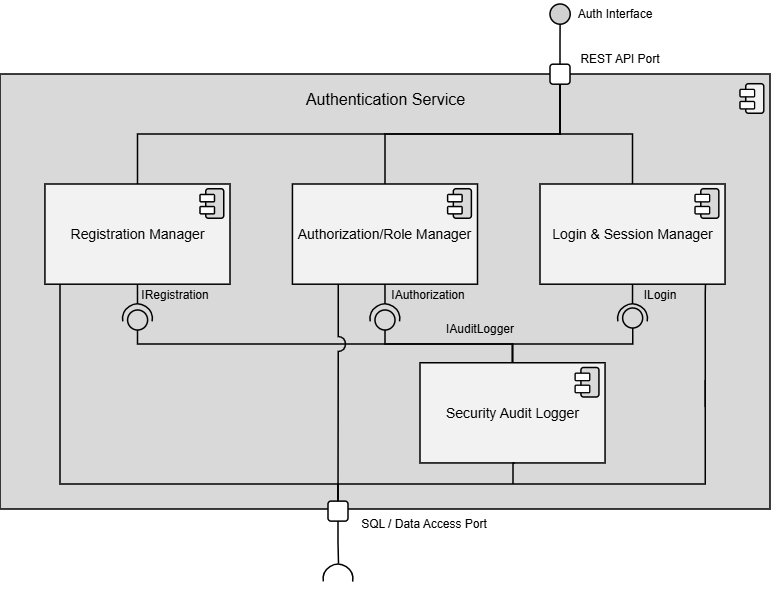
The draw.io diagram 04_QA_Review/Approved/Milestone_1_Component_Diagram/T4_Final_Subdiagram_AuthenticationService_Component.drawio.png in JmmonJeremy/CareerBound-SDD, before a commit. Source tidied: cells renumbered, new cells last; positions are measured from the earlier drawing's top-left corner, leaving out a move shared by most shapes. Its diagram source:
```xml
<mxGraphModel background="#FFFFFF">
  <root>
    <mxCell id="0" />
    <mxCell id="1" parent="0" />
    <mxCell id="2" style="html=1;whiteSpace=wrap;fillColor=#D9D9D9;strokeColor=#000000;strokeWidth=1.5;fontFamily=Arial;fontSize=14;" parent="1" vertex="1">
      <mxGeometry y="75" width="770" height="435" as="geometry" />
    </mxCell>
    <mxCell id="3" style="edgeStyle=orthogonalEdgeStyle;rounded=0;jettySize=auto;html=1;exitX=0.5;exitY=1;exitDx=0;exitDy=0;endArrow=none;endFill=0;strokeWidth=1.5;entryX=0.499;entryY=1.001;entryDx=0;entryDy=0;entryPerimeter=0;" parent="1" edge="1" source="4" target="43">
      <mxGeometry relative="1" as="geometry" />
    </mxCell>
    <mxCell id="4" value="Registration Manager" style="html=1;whiteSpace=wrap;fontFamily=Arial;strokeWidth=1.5;fillColor=#F2F2F2;fontSize=14;" parent="1" vertex="1">
      <mxGeometry x="44.9" y="185" width="185.1" height="100.2" as="geometry" />
    </mxCell>
    <mxCell id="5" style="ellipse;whiteSpace=wrap;html=1;align=center;fillColor=none;strokeColor=none;perimeter=centerPerimeter;strokeWidth=1.5;fontFamily=Arial;" parent="1" vertex="1">
      <mxGeometry x="314.9" y="75.2" width="10" height="10" as="geometry" />
    </mxCell>
    <mxCell id="6" style="ellipse;whiteSpace=wrap;html=1;align=center;fillColor=none;strokeColor=none;perimeter=centerPerimeter;strokeWidth=1.5;fontFamily=Arial;" parent="1" vertex="1">
      <mxGeometry x="314.9" y="75.2" width="10" height="10" as="geometry" />
    </mxCell>
    <mxCell id="7" style="ellipse;whiteSpace=wrap;html=1;align=center;fillColor=none;strokeColor=none;perimeter=centerPerimeter;strokeWidth=1.5;fontFamily=Arial;" parent="1" vertex="1">
      <mxGeometry x="314.9" y="225.2" width="10" height="10" as="geometry" />
    </mxCell>
    <mxCell id="8" style="ellipse;whiteSpace=wrap;html=1;align=center;fillColor=none;strokeColor=none;perimeter=centerPerimeter;strokeWidth=1.5;fontFamily=Arial;" parent="1" vertex="1">
      <mxGeometry x="374.9" y="345.2" width="10" height="10" as="geometry" />
    </mxCell>
    <mxCell id="9" style="ellipse;whiteSpace=wrap;html=1;align=center;fillColor=none;strokeColor=none;perimeter=centerPerimeter;strokeWidth=1.5;fontFamily=Arial;" parent="1" vertex="1">
      <mxGeometry x="444.9" y="355.2" width="10" height="10" as="geometry" />
    </mxCell>
    <mxCell id="10" style="ellipse;whiteSpace=wrap;html=1;align=center;fillColor=none;strokeColor=none;perimeter=centerPerimeter;strokeWidth=1.5;fontFamily=Arial;" parent="1" vertex="1">
      <mxGeometry x="644.9" y="375.2" width="10" height="10" as="geometry" />
    </mxCell>
    <mxCell id="11" style="group;rounded=1;fontFamily=Arial;" parent="1" vertex="1">
      <mxGeometry x="200" y="190" width="25.1" height="29.8" as="geometry" />
    </mxCell>
    <mxCell id="12" style="rounded=1;whiteSpace=wrap;html=1;rotation=-90;strokeWidth=1.5;fillStyle=solid;fillColor=light-dark(#D9D9D9,#FFFFFF);fontFamily=Arial;" parent="11" vertex="1">
      <mxGeometry y="5.5" width="29.5" height="18" as="geometry" />
    </mxCell>
    <mxCell id="13" style="rounded=1;whiteSpace=wrap;html=1;strokeWidth=1.5;fillStyle=solid;fillColor=#FFFFFF;fontFamily=Arial;" parent="11" vertex="1">
      <mxGeometry y="5.5" width="14.5" height="7.3" as="geometry" />
    </mxCell>
    <mxCell id="14" style="rounded=1;whiteSpace=wrap;html=1;strokeWidth=1.5;fillStyle=solid;fillColor=#FFFFFF;fontFamily=Arial;" parent="11" vertex="1">
      <mxGeometry y="17.6" width="14.5" height="7.3" as="geometry" />
    </mxCell>
    <mxCell id="15" style="edgeStyle=orthogonalEdgeStyle;rounded=0;jettySize=auto;html=1;exitX=0.5;exitY=1;exitDx=0;exitDy=0;endArrow=none;endFill=0;strokeWidth=1.5;" parent="1" edge="1" source="16">
      <mxGeometry relative="1" as="geometry">
        <mxPoint x="385" y="305" as="targetPoint" />
      </mxGeometry>
    </mxCell>
    <mxCell id="16" value="Authorization/Role Manager" style="html=1;whiteSpace=wrap;fontFamily=Arial;strokeWidth=1.5;fillColor=#F2F2F2;fontSize=14;" parent="1" vertex="1">
      <mxGeometry x="292.4" y="185" width="185.1" height="100.2" as="geometry" />
    </mxCell>
    <mxCell id="17" style="group;rounded=1;fontFamily=Arial;" parent="1" vertex="1">
      <mxGeometry x="447.6" y="190" width="25.1" height="29.8" as="geometry" />
    </mxCell>
    <mxCell id="18" style="rounded=1;whiteSpace=wrap;html=1;rotation=-90;strokeWidth=1.5;fillStyle=solid;fillColor=light-dark(#D9D9D9,#FFFFFF);fontFamily=Arial;" parent="17" vertex="1">
      <mxGeometry y="5.5" width="29.5" height="18" as="geometry" />
    </mxCell>
    <mxCell id="19" style="rounded=1;whiteSpace=wrap;html=1;strokeWidth=1.5;fillStyle=solid;fillColor=#FFFFFF;fontFamily=Arial;" parent="17" vertex="1">
      <mxGeometry y="5.5" width="14.5" height="7.3" as="geometry" />
    </mxCell>
    <mxCell id="20" style="rounded=1;whiteSpace=wrap;html=1;strokeWidth=1.5;fillStyle=solid;fillColor=#FFFFFF;fontFamily=Arial;" parent="17" vertex="1">
      <mxGeometry y="17.6" width="14.5" height="7.3" as="geometry" />
    </mxCell>
    <mxCell id="21" value="Login &amp;amp; Session Manager" style="html=1;whiteSpace=wrap;fontFamily=Arial;strokeWidth=1.5;fillColor=#F2F2F2;fontSize=14;" parent="1" vertex="1">
      <mxGeometry x="540" y="185" width="185.1" height="100.2" as="geometry" />
    </mxCell>
    <mxCell id="22" style="group;rounded=1;fontFamily=Arial;" parent="1" vertex="1">
      <mxGeometry x="695.1" y="190" width="25.1" height="29.8" as="geometry" />
    </mxCell>
    <mxCell id="23" style="rounded=1;whiteSpace=wrap;html=1;rotation=-90;strokeWidth=1.5;fillStyle=solid;fillColor=light-dark(#D9D9D9,#FFFFFF);fontFamily=Arial;" parent="22" vertex="1">
      <mxGeometry y="5.5" width="29.5" height="18" as="geometry" />
    </mxCell>
    <mxCell id="24" style="rounded=1;whiteSpace=wrap;html=1;strokeWidth=1.5;fillStyle=solid;fillColor=#FFFFFF;fontFamily=Arial;" parent="22" vertex="1">
      <mxGeometry y="5.5" width="14.5" height="7.3" as="geometry" />
    </mxCell>
    <mxCell id="25" style="rounded=1;whiteSpace=wrap;html=1;strokeWidth=1.5;fillStyle=solid;fillColor=#FFFFFF;fontFamily=Arial;" parent="22" vertex="1">
      <mxGeometry y="17.6" width="14.5" height="7.3" as="geometry" />
    </mxCell>
    <mxCell id="26" value="Security Audit Logger" style="html=1;whiteSpace=wrap;fontFamily=Arial;strokeWidth=1.5;fillColor=#F2F2F2;fontSize=14;" parent="1" vertex="1">
      <mxGeometry x="420" y="363.8" width="185.1" height="100.2" as="geometry" />
    </mxCell>
    <mxCell id="27" style="group;rounded=1;fontFamily=Arial;" parent="1" vertex="1">
      <mxGeometry x="575.2" y="368.8" width="25.1" height="29.8" as="geometry" />
    </mxCell>
    <mxCell id="28" style="rounded=1;whiteSpace=wrap;html=1;rotation=-90;strokeWidth=1.5;fillStyle=solid;fillColor=light-dark(#D9D9D9,#FFFFFF);fontFamily=Arial;" parent="27" vertex="1">
      <mxGeometry y="5.5" width="29.5" height="18" as="geometry" />
    </mxCell>
    <mxCell id="29" style="rounded=1;whiteSpace=wrap;html=1;strokeWidth=1.5;fillStyle=solid;fillColor=#FFFFFF;fontFamily=Arial;" parent="27" vertex="1">
      <mxGeometry y="5.5" width="14.5" height="7.3" as="geometry" />
    </mxCell>
    <mxCell id="30" style="rounded=1;whiteSpace=wrap;html=1;strokeWidth=1.5;fillStyle=solid;fillColor=#FFFFFF;fontFamily=Arial;" parent="27" vertex="1">
      <mxGeometry y="17.6" width="14.5" height="7.3" as="geometry" />
    </mxCell>
    <mxCell id="31" style="edgeStyle=orthogonalEdgeStyle;rounded=0;jettySize=auto;html=1;exitX=0.5;exitY=0;exitDx=0;exitDy=0;entryX=0.5;entryY=1;entryDx=0;entryDy=0;endArrow=none;endFill=0;strokeWidth=1.5;" parent="1" edge="1" source="32" target="33">
      <mxGeometry relative="1" as="geometry" />
    </mxCell>
    <mxCell id="32" style="whiteSpace=wrap;html=1;strokeWidth=1.5;fillColor=#FFFFFF;rounded=1;fontFamily=Arial;" parent="1" vertex="1">
      <mxGeometry x="550" y="65.2" width="20" height="20" as="geometry" />
    </mxCell>
    <mxCell id="33" style="ellipse;whiteSpace=wrap;html=1;strokeWidth=1.5;fillColor=#D1D1D1;fontFamily=Arial;" parent="1" vertex="1">
      <mxGeometry x="550" y="5" width="20.2" height="20.2" as="geometry" />
    </mxCell>
    <mxCell id="34" style="edgeStyle=orthogonalEdgeStyle;rounded=0;jettySize=auto;html=1;exitX=0.5;exitY=0;exitDx=0;exitDy=0;entryX=0.5;entryY=1;entryDx=0;entryDy=0;endArrow=none;endFill=0;strokeWidth=1.5;" parent="1" edge="1" source="4" target="32">
      <mxGeometry relative="1" as="geometry">
        <Array as="points">
          <mxPoint x="138" y="135" />
          <mxPoint x="560" y="135" />
        </Array>
      </mxGeometry>
    </mxCell>
    <mxCell id="35" style="edgeStyle=orthogonalEdgeStyle;rounded=0;jettySize=auto;html=1;exitX=0.5;exitY=0;exitDx=0;exitDy=0;entryX=0.5;entryY=1;entryDx=0;entryDy=0;endArrow=none;endFill=0;strokeWidth=1.5;" parent="1" edge="1" source="16" target="32">
      <mxGeometry relative="1" as="geometry">
        <Array as="points">
          <mxPoint x="385" y="135" />
          <mxPoint x="560" y="135" />
        </Array>
      </mxGeometry>
    </mxCell>
    <mxCell id="36" style="edgeStyle=orthogonalEdgeStyle;rounded=0;jettySize=auto;html=1;exitX=0.5;exitY=0;exitDx=0;exitDy=0;entryX=0.5;entryY=1;entryDx=0;entryDy=0;endArrow=none;endFill=0;strokeWidth=1.5;" parent="1" edge="1" source="21" target="32">
      <mxGeometry relative="1" as="geometry">
        <Array as="points">
          <mxPoint x="632" y="135" />
          <mxPoint x="560" y="135" />
        </Array>
      </mxGeometry>
    </mxCell>
    <mxCell id="37" style="group;rounded=1;fontFamily=Arial;" parent="1" vertex="1">
      <mxGeometry x="740" y="85" width="25.1" height="29.8" as="geometry" />
    </mxCell>
    <mxCell id="38" style="rounded=1;whiteSpace=wrap;html=1;rotation=-90;strokeWidth=1.5;fillStyle=solid;fillColor=light-dark(#F2F2F2,#FFFFFF);fontFamily=Arial;" parent="37" vertex="1">
      <mxGeometry y="5.5" width="29.5" height="18" as="geometry" />
    </mxCell>
    <mxCell id="39" style="rounded=1;whiteSpace=wrap;html=1;strokeWidth=1.5;fillStyle=solid;fillColor=#FFFFFF;fontFamily=Arial;" parent="37" vertex="1">
      <mxGeometry y="5.5" width="14.5" height="7.3" as="geometry" />
    </mxCell>
    <mxCell id="40" style="rounded=1;whiteSpace=wrap;html=1;strokeWidth=1.5;fillStyle=solid;fillColor=#FFFFFF;fontFamily=Arial;" parent="37" vertex="1">
      <mxGeometry y="17.6" width="14.5" height="7.3" as="geometry" />
    </mxCell>
    <mxCell id="41" style="group;fontFamily=Arial;rotation=-180;" parent="1" vertex="1">
      <mxGeometry x="122.6" y="305" width="29.8" height="29.8" as="geometry" />
    </mxCell>
    <mxCell id="42" style="ellipse;whiteSpace=wrap;html=1;strokeWidth=1.5;fillStyle=solid;fillColor=#D9D9D9;rounded=1;fontFamily=Arial;rotation=-180;" parent="41" vertex="1">
      <mxGeometry x="5" y="6" width="20" height="20" as="geometry" />
    </mxCell>
    <mxCell id="43" style="verticalLabelPosition=bottom;verticalAlign=top;html=1;shape=mxgraph.basic.arc;startAngle=0.22449849456214957;endAngle=0.7768001258780505;rounded=1;strokeWidth=1.5;snapToPoint=1;fontFamily=Arial;rotation=-180;" parent="41" vertex="1">
      <mxGeometry width="29.8" height="29.8" as="geometry" />
    </mxCell>
    <mxCell id="44" style="edgeStyle=orthogonalEdgeStyle;rounded=0;jettySize=auto;html=1;entryX=0.5;entryY=0;entryDx=0;entryDy=0;endArrow=none;endFill=0;strokeWidth=1.5;exitX=0.5;exitY=0;exitDx=0;exitDy=0;" parent="1" edge="1" source="42" target="26">
      <mxGeometry relative="1" as="geometry">
        <Array as="points">
          <mxPoint x="138" y="345" />
          <mxPoint x="513" y="345" />
        </Array>
      </mxGeometry>
    </mxCell>
    <mxCell id="45" style="group;fontFamily=Arial;rotation=-180;" parent="1" vertex="1">
      <mxGeometry x="370" y="305" width="29.8" height="29.8" as="geometry" />
    </mxCell>
    <mxCell id="46" style="ellipse;whiteSpace=wrap;html=1;strokeWidth=1.5;fillStyle=solid;fillColor=#D9D9D9;rounded=1;fontFamily=Arial;rotation=-180;" parent="45" vertex="1">
      <mxGeometry x="5" y="6" width="20" height="20" as="geometry" />
    </mxCell>
    <mxCell id="47" style="verticalLabelPosition=bottom;verticalAlign=top;html=1;shape=mxgraph.basic.arc;startAngle=0.22449849456214957;endAngle=0.7768001258780505;rounded=1;strokeWidth=1.5;fontFamily=Arial;rotation=-180;" parent="45" vertex="1">
      <mxGeometry width="29.8" height="29.8" as="geometry" />
    </mxCell>
    <mxCell id="48" style="edgeStyle=orthogonalEdgeStyle;rounded=0;jettySize=auto;html=1;entryX=0.5;entryY=0;entryDx=0;entryDy=0;endArrow=none;endFill=0;strokeWidth=1.5;exitX=0.5;exitY=0;exitDx=0;exitDy=0;" parent="1" edge="1" source="46" target="26">
      <mxGeometry relative="1" as="geometry">
        <Array as="points">
          <mxPoint x="385" y="345" />
          <mxPoint x="513" y="345" />
        </Array>
      </mxGeometry>
    </mxCell>
    <mxCell id="49" style="group;fontFamily=Arial;rotation=0;" parent="1" vertex="1">
      <mxGeometry x="617.6" y="305" width="29.8" height="29.8" as="geometry" />
    </mxCell>
    <mxCell id="50" style="ellipse;whiteSpace=wrap;html=1;strokeWidth=1.5;fillStyle=solid;fillColor=#D9D9D9;rounded=1;fontFamily=Arial;rotation=0;" parent="49" vertex="1">
      <mxGeometry x="5" y="4" width="20" height="20" as="geometry" />
    </mxCell>
    <mxCell id="51" style="verticalLabelPosition=bottom;verticalAlign=top;html=1;shape=mxgraph.basic.arc;startAngle=0.22449849456214957;endAngle=0.7768001258780505;rounded=1;strokeWidth=1.5;fontFamily=Arial;rotation=-180;" parent="49" vertex="1">
      <mxGeometry width="29.8" height="29.8" as="geometry" />
    </mxCell>
    <mxCell id="52" style="edgeStyle=orthogonalEdgeStyle;rounded=0;jettySize=auto;html=1;entryX=0.5;entryY=0;entryDx=0;entryDy=0;endArrow=none;endFill=0;strokeWidth=1.5;exitX=0.5;exitY=1;exitDx=0;exitDy=0;" parent="1" edge="1" source="50" target="26">
      <mxGeometry relative="1" as="geometry">
        <Array as="points">
          <mxPoint x="633" y="345" />
          <mxPoint x="513" y="345" />
        </Array>
      </mxGeometry>
    </mxCell>
    <mxCell id="53" style="whiteSpace=wrap;html=1;strokeWidth=1.5;fillColor=#FFFFFF;rounded=1;fontFamily=Arial;" parent="1" vertex="1">
      <mxGeometry x="328" y="502.1" width="20" height="20" as="geometry" />
    </mxCell>
    <mxCell id="54" style="edgeStyle=orthogonalEdgeStyle;rounded=0;jettySize=auto;html=1;entryX=0.5;entryY=0;entryDx=0;entryDy=0;strokeWidth=1.5;endArrow=none;endFill=0;" parent="1" edge="1" source="4" target="53">
      <mxGeometry relative="1" as="geometry">
        <Array as="points">
          <mxPoint x="60" y="485" />
          <mxPoint x="338" y="485" />
        </Array>
      </mxGeometry>
    </mxCell>
    <mxCell id="55" style="edgeStyle=orthogonalEdgeStyle;rounded=0;orthogonalLoop=1;jettySize=auto;html=1;endArrow=none;endFill=0;strokeWidth=1.5;exitX=0.505;exitY=0.981;exitDx=0;exitDy=0;exitPerimeter=0;" parent="1" edge="1">
      <mxGeometry relative="1" as="geometry">
        <mxPoint x="705.2" y="407.6" as="sourcePoint" />
        <mxPoint x="705.4" y="285.2" as="targetPoint" />
        <Array as="points">
          <mxPoint x="705" y="294" />
          <mxPoint x="705" y="294" />
        </Array>
      </mxGeometry>
    </mxCell>
    <mxCell id="56" style="edgeStyle=orthogonalEdgeStyle;rounded=0;orthogonalLoop=1;jettySize=auto;html=1;entryX=0.5;entryY=0;entryDx=0;entryDy=0;strokeWidth=1.5;endArrow=none;endFill=0;" parent="1" edge="1">
      <mxGeometry relative="1" as="geometry">
        <mxPoint x="705.3" y="381.1" as="sourcePoint" />
        <mxPoint x="338" y="500.1" as="targetPoint" />
        <Array as="points">
          <mxPoint x="705" y="485" />
          <mxPoint x="338" y="485" />
        </Array>
      </mxGeometry>
    </mxCell>
    <mxCell id="57" style="edgeStyle=orthogonalEdgeStyle;rounded=0;jettySize=auto;html=1;endArrow=none;endFill=0;strokeWidth=1.5;exitX=0.5;exitY=0;exitDx=0;exitDy=0;jumpStyle=arc;jumpSize=14;" parent="1" edge="1" source="53">
      <mxGeometry relative="1" as="geometry">
        <mxPoint x="338.2" y="285.2" as="targetPoint" />
      </mxGeometry>
    </mxCell>
    <mxCell id="58" style="verticalLabelPosition=bottom;verticalAlign=top;html=1;shape=mxgraph.basic.arc;startAngle=0.22449849456214957;endAngle=0.7768001258780505;rounded=1;strokeWidth=1.5;snapToPoint=1;fontFamily=Arial;rotation=-180;" parent="1" vertex="1">
      <mxGeometry x="323.1" y="565.2" width="29.8" height="29.8" as="geometry" />
    </mxCell>
    <mxCell id="59" style="edgeStyle=orthogonalEdgeStyle;rounded=0;jettySize=auto;html=1;entryX=0.483;entryY=1.019;entryDx=0;entryDy=0;entryPerimeter=0;endArrow=none;endFill=0;strokeWidth=1.5;" parent="1" edge="1" source="53" target="58">
      <mxGeometry relative="1" as="geometry" />
    </mxCell>
    <mxCell id="60" value="Auth Interface" style="text;html=1;whiteSpace=wrap;strokeColor=none;fillColor=none;align=center;verticalAlign=middle;rounded=0;fontFamily=Arial;fontSize=12;" parent="1" vertex="1">
      <mxGeometry x="570.2" y="0.1" width="90" height="30" as="geometry" />
    </mxCell>
    <mxCell id="61" value="SQL / Data Access Port" style="text;html=1;whiteSpace=wrap;strokeColor=none;fillColor=none;align=center;verticalAlign=middle;rounded=0;fontFamily=Arial;fontSize=12;" parent="1" vertex="1">
      <mxGeometry x="348" y="510" width="152" height="30" as="geometry" />
    </mxCell>
    <mxCell id="62" value="Authentication Service" style="text;html=1;whiteSpace=wrap;strokeColor=none;fillColor=none;align=center;verticalAlign=middle;rounded=0;fontFamily=Arial;fontSize=16;" parent="1" vertex="1">
      <mxGeometry x="303" y="85.2" width="165" height="30" as="geometry" />
    </mxCell>
    <mxCell id="63" style="endArrow=none;html=1;rounded=0;strokeWidth=1.5;jumpStyle=none;exitX=0.517;exitY=1.011;exitDx=0;exitDy=0;exitPerimeter=0;endSize=6;" parent="1" edge="1">
      <mxGeometry relative="1" as="geometry">
        <mxPoint x="632.5" y="305" as="sourcePoint" />
        <mxPoint x="632.5" y="285.3" as="targetPoint" />
      </mxGeometry>
    </mxCell>
    <mxCell id="64" value="REST API Port" style="text;html=1;whiteSpace=wrap;strokeColor=none;fillColor=none;align=center;verticalAlign=middle;rounded=0;fontFamily=Arial;fontSize=12;" parent="1" vertex="1">
      <mxGeometry x="570" y="45.2" width="100" height="30" as="geometry" />
    </mxCell>
    <mxCell id="65" style="edgeStyle=orthogonalEdgeStyle;rounded=0;orthogonalLoop=1;jettySize=auto;html=1;endArrow=none;endFill=0;strokeWidth=1.5;" parent="1" edge="1">
      <mxGeometry relative="1" as="geometry">
        <mxPoint x="515" y="464" as="sourcePoint" />
        <mxPoint x="513" y="485" as="targetPoint" />
      </mxGeometry>
    </mxCell>
    <mxCell id="66" value="IAuditLogger" style="text;html=1;whiteSpace=wrap;strokeColor=none;fillColor=none;align=center;verticalAlign=middle;rounded=0;" parent="1" vertex="1">
      <mxGeometry x="434.9" y="315.2" width="90" height="30" as="geometry" />
    </mxCell>
    <mxCell id="67" value="IAuthorization" style="text;html=1;whiteSpace=wrap;strokeColor=none;fillColor=none;align=center;verticalAlign=middle;rounded=0;" parent="1" vertex="1">
      <mxGeometry x="377.5" y="281" width="100" height="30" as="geometry" />
    </mxCell>
    <mxCell id="68" value="ILogin" style="text;html=1;whiteSpace=wrap;strokeColor=none;fillColor=none;align=center;verticalAlign=middle;rounded=0;" parent="1" vertex="1">
      <mxGeometry x="630" y="281" width="60" height="30" as="geometry" />
    </mxCell>
    <mxCell id="69" value="IRegistration" style="text;html=1;whiteSpace=wrap;strokeColor=none;fillColor=none;align=center;verticalAlign=middle;rounded=0;fontFamily=Arial;" parent="1" vertex="1">
      <mxGeometry x="130" y="281" width="90" height="30" as="geometry" />
    </mxCell>
  </root>
</mxGraphModel>
```
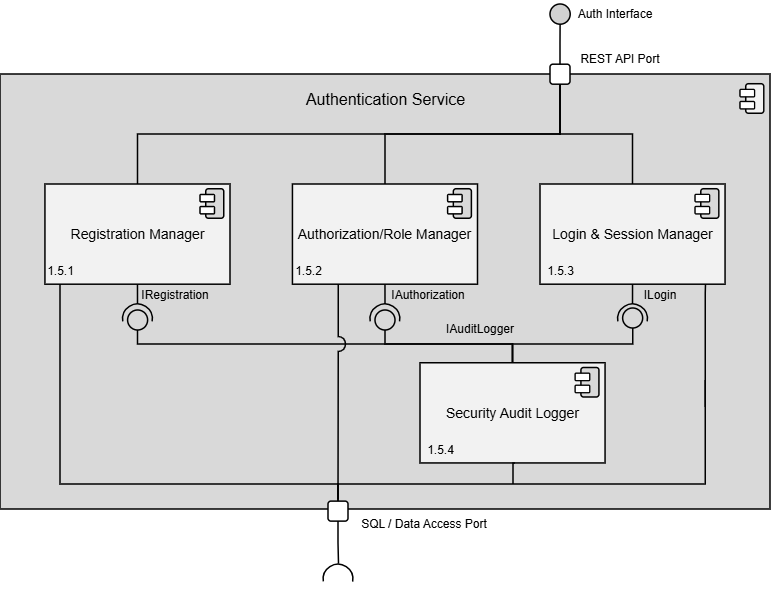
After the change.

The edit, as a diff of the source:
```diff
@@ -265,5 +265,17 @@
     <mxCell id="69" value="IRegistration" style="text;html=1;whiteSpace=wrap;strokeColor=none;fillColor=none;align=center;verticalAlign=middle;rounded=0;fontFamily=Arial;" parent="1" vertex="1">
       <mxGeometry x="130" y="281" width="90" height="30" as="geometry" />
     </mxCell>
+    <mxCell id="70" value="&lt;span style=&quot;font-weight: normal;&quot;&gt;1.5.1&lt;/span&gt;" style="text;align=center;fontStyle=1;verticalAlign=middle;spacingLeft=3;spacingRight=3;strokeColor=none;html=1;" parent="1" vertex="1">
+      <mxGeometry x="20" y="259.2" width="80" height="26" as="geometry" />
+    </mxCell>
+    <mxCell id="71" value="&lt;span style=&quot;font-weight: normal;&quot;&gt;1.5.2&lt;/span&gt;" style="text;align=center;fontStyle=1;verticalAlign=middle;spacingLeft=3;spacingRight=3;strokeColor=none;html=1;" parent="1" vertex="1">
+      <mxGeometry x="268" y="259.2" width="80" height="26" as="geometry" />
+    </mxCell>
+    <mxCell id="72" value="&lt;span style=&quot;font-weight: normal;&quot;&gt;1.5.3&lt;/span&gt;" style="text;align=center;fontStyle=1;verticalAlign=middle;spacingLeft=3;spacingRight=3;strokeColor=none;html=1;" parent="1" vertex="1">
+      <mxGeometry x="520" y="259.2" width="80" height="26" as="geometry" />
+    </mxCell>
+    <mxCell id="73" value="&lt;span style=&quot;font-weight: normal;&quot;&gt;1.5.4&lt;/span&gt;" style="text;align=center;fontStyle=1;verticalAlign=middle;spacingLeft=3;spacingRight=3;strokeColor=none;html=1;" parent="1" vertex="1">
+      <mxGeometry x="399.8" y="437.9" width="80" height="26" as="geometry" />
+    </mxCell>
   </root>
 </mxGraphModel>
```
